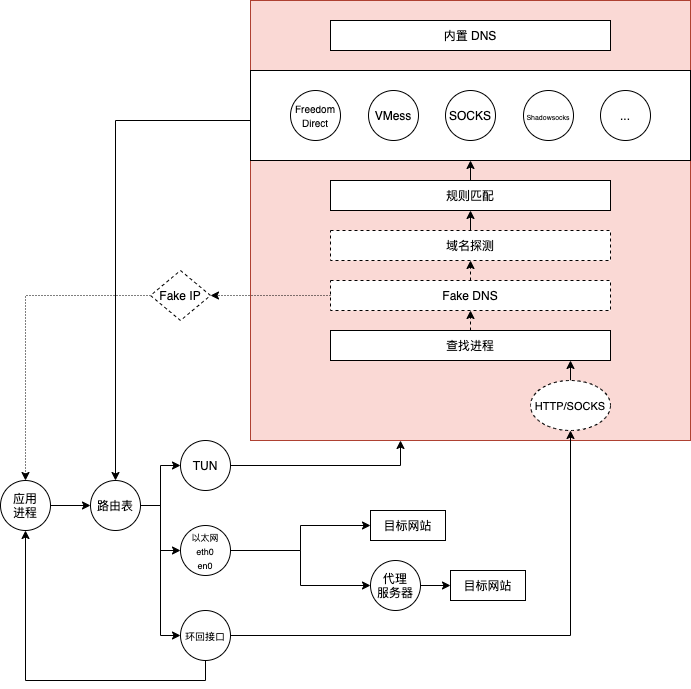
Before: .github/flow_zh.png, a diagram exported from draw.io (mellow-io/mellow). Source tidied: cells renumbered, new cells last; positions are measured from the earlier drawing's top-left corner, leaving out a move shared by most shapes. Source of this version:
```xml
<mxGraphModel>
  <root>
    <mxCell id="0" />
    <mxCell id="1" parent="0" />
    <mxCell id="2" style="edgeStyle=orthogonalEdgeStyle;rounded=0;jettySize=auto;html=1;" parent="1" edge="1" source="3" target="7">
      <mxGeometry relative="1" as="geometry" />
    </mxCell>
    <mxCell id="3" value="应用&lt;br&gt;进程" style="ellipse;whiteSpace=wrap;html=1;" parent="1" vertex="1">
      <mxGeometry y="480" width="50" height="50" as="geometry" />
    </mxCell>
    <mxCell id="4" style="edgeStyle=orthogonalEdgeStyle;rounded=0;jettySize=auto;html=1;" parent="1" edge="1" source="7" target="12">
      <mxGeometry relative="1" as="geometry" />
    </mxCell>
    <mxCell id="5" style="edgeStyle=orthogonalEdgeStyle;rounded=0;jettySize=auto;html=1;" parent="1" edge="1" source="7" target="10">
      <mxGeometry relative="1" as="geometry" />
    </mxCell>
    <mxCell id="6" style="edgeStyle=orthogonalEdgeStyle;rounded=0;jettySize=auto;html=1;entryX=0;entryY=0.5;entryDx=0;entryDy=0;" parent="1" edge="1" source="7" target="21">
      <mxGeometry relative="1" as="geometry" />
    </mxCell>
    <mxCell id="7" value="路由表" style="ellipse;whiteSpace=wrap;html=1;" parent="1" vertex="1">
      <mxGeometry x="90" y="480" width="50" height="50" as="geometry" />
    </mxCell>
    <mxCell id="8" style="edgeStyle=orthogonalEdgeStyle;rounded=0;jettySize=auto;html=1;entryX=0;entryY=0.5;entryDx=0;entryDy=0;" parent="1" edge="1" source="10" target="15">
      <mxGeometry relative="1" as="geometry" />
    </mxCell>
    <mxCell id="9" style="edgeStyle=orthogonalEdgeStyle;rounded=0;jettySize=auto;html=1;entryX=0;entryY=0.5;entryDx=0;entryDy=0;" parent="1" edge="1" source="10" target="14">
      <mxGeometry relative="1" as="geometry" />
    </mxCell>
    <mxCell id="10" value="&lt;font style=&quot;font-size: 9px&quot;&gt;以太网&lt;br&gt;eth0&lt;br&gt;en0&lt;/font&gt;" style="ellipse;whiteSpace=wrap;html=1;" parent="1" vertex="1">
      <mxGeometry x="180" y="525" width="50" height="50" as="geometry" />
    </mxCell>
    <mxCell id="11" style="edgeStyle=orthogonalEdgeStyle;rounded=0;jettySize=auto;html=1;" parent="1" edge="1" source="12" target="18">
      <mxGeometry relative="1" as="geometry">
        <Array as="points">
          <mxPoint x="400" y="465" />
        </Array>
      </mxGeometry>
    </mxCell>
    <mxCell id="12" value="TUN" style="ellipse;whiteSpace=wrap;html=1;" parent="1" vertex="1">
      <mxGeometry x="180" y="440" width="50" height="50" as="geometry" />
    </mxCell>
    <mxCell id="13" style="edgeStyle=orthogonalEdgeStyle;rounded=0;jettySize=auto;html=1;" parent="1" edge="1" source="14" target="16">
      <mxGeometry relative="1" as="geometry" />
    </mxCell>
    <mxCell id="14" value="代理&lt;br&gt;服务器" style="ellipse;whiteSpace=wrap;html=1;" parent="1" vertex="1">
      <mxGeometry x="370" y="560" width="50" height="50" as="geometry" />
    </mxCell>
    <mxCell id="15" value="目标网站" style="rounded=0;whiteSpace=wrap;html=1;" parent="1" vertex="1">
      <mxGeometry x="370" y="510" width="75" height="30" as="geometry" />
    </mxCell>
    <mxCell id="16" value="目标网站" style="rounded=0;whiteSpace=wrap;html=1;" parent="1" vertex="1">
      <mxGeometry x="450" y="570" width="75" height="30" as="geometry" />
    </mxCell>
    <mxCell id="17" style="edgeStyle=orthogonalEdgeStyle;rounded=0;jettySize=auto;html=1;" parent="1" edge="1" source="18" target="7">
      <mxGeometry relative="1" as="geometry">
        <Array as="points">
          <mxPoint x="115" y="120" />
        </Array>
      </mxGeometry>
    </mxCell>
    <mxCell id="18" style="whiteSpace=wrap;html=1;fillColor=#fad9d5;strokeColor=#ae4132;" parent="1" vertex="1">
      <mxGeometry x="250" width="440" height="440" as="geometry" />
    </mxCell>
    <mxCell id="19" style="edgeStyle=orthogonalEdgeStyle;rounded=0;jettySize=auto;html=1;entryX=0.5;entryY=1;entryDx=0;entryDy=0;" parent="1" edge="1" source="21" target="3">
      <mxGeometry relative="1" as="geometry">
        <Array as="points">
          <mxPoint x="205" y="680" />
          <mxPoint x="25" y="680" />
        </Array>
      </mxGeometry>
    </mxCell>
    <mxCell id="20" style="edgeStyle=orthogonalEdgeStyle;rounded=0;jettySize=auto;html=1;endArrow=classic;endFill=1;" parent="1" edge="1" source="21" target="40">
      <mxGeometry relative="1" as="geometry">
        <Array as="points">
          <mxPoint x="570" y="635" />
        </Array>
      </mxGeometry>
    </mxCell>
    <mxCell id="21" value="&lt;font style=&quot;font-size: 10px&quot;&gt;环回接口&lt;/font&gt;" style="ellipse;whiteSpace=wrap;html=1;" parent="1" vertex="1">
      <mxGeometry x="180" y="610" width="50" height="50" as="geometry" />
    </mxCell>
    <mxCell id="22" value="查找进程" style="rounded=0;whiteSpace=wrap;html=1;" parent="1" vertex="1">
      <mxGeometry x="330" y="330" width="280" height="30" as="geometry" />
    </mxCell>
    <mxCell id="23" style="edgeStyle=orthogonalEdgeStyle;rounded=0;jettySize=auto;html=1;entryX=1;entryY=0.5;entryDx=0;entryDy=0;dashed=1;dashPattern=1 2;" parent="1" edge="1" source="24" target="36">
      <mxGeometry relative="1" as="geometry" />
    </mxCell>
    <mxCell id="24" value="Fake DNS" style="rounded=0;whiteSpace=wrap;html=1;dashed=1;" parent="1" vertex="1">
      <mxGeometry x="330" y="280" width="280" height="30" as="geometry" />
    </mxCell>
    <mxCell id="25" value="域名探测" style="rounded=0;whiteSpace=wrap;html=1;dashed=1;" parent="1" vertex="1">
      <mxGeometry x="330" y="230" width="280" height="30" as="geometry" />
    </mxCell>
    <mxCell id="26" value="规则匹配" style="rounded=0;whiteSpace=wrap;html=1;" parent="1" vertex="1">
      <mxGeometry x="330" y="180" width="280" height="30" as="geometry" />
    </mxCell>
    <mxCell id="27" style="rounded=0;whiteSpace=wrap;html=1;" parent="1" vertex="1">
      <mxGeometry x="250" y="70" width="440" height="90" as="geometry" />
    </mxCell>
    <mxCell id="28" style="endArrow=classic;html=1;endFill=1;" parent="1" edge="1" source="25" target="26">
      <mxGeometry relative="1" as="geometry" />
    </mxCell>
    <mxCell id="29" style="endArrow=classic;html=1;endFill=1;" parent="1" edge="1" source="26" target="27">
      <mxGeometry relative="1" as="geometry" />
    </mxCell>
    <mxCell id="30" value="&lt;font style=&quot;font-size: 10px&quot;&gt;Freedom&lt;br&gt;Direct&lt;br&gt;&lt;/font&gt;" style="ellipse;whiteSpace=wrap;html=1;" parent="1" vertex="1">
      <mxGeometry x="290" y="90" width="50" height="50" as="geometry" />
    </mxCell>
    <mxCell id="31" value="SOCKS" style="ellipse;whiteSpace=wrap;html=1;" parent="1" vertex="1">
      <mxGeometry x="445" y="90" width="50" height="50" as="geometry" />
    </mxCell>
    <mxCell id="32" value="VMess" style="ellipse;whiteSpace=wrap;html=1;" parent="1" vertex="1">
      <mxGeometry x="368" y="90" width="50" height="50" as="geometry" />
    </mxCell>
    <mxCell id="33" style="endArrow=classic;html=1;exitX=0.5;exitY=0;exitDx=0;exitDy=0;endFill=1;dashed=1;" parent="1" edge="1" source="24" target="25">
      <mxGeometry relative="1" as="geometry" />
    </mxCell>
    <mxCell id="34" style="endArrow=classic;html=1;dashed=1;endFill=1;" parent="1" edge="1" source="22" target="24">
      <mxGeometry relative="1" as="geometry" />
    </mxCell>
    <mxCell id="35" style="edgeStyle=orthogonalEdgeStyle;rounded=0;jettySize=auto;html=1;entryX=0.5;entryY=0;entryDx=0;entryDy=0;dashed=1;endArrow=classic;endFill=1;dashPattern=1 2;" parent="1" edge="1" source="36" target="3">
      <mxGeometry relative="1" as="geometry" />
    </mxCell>
    <mxCell id="36" value="Fake IP" style="rhombus;whiteSpace=wrap;html=1;dashed=1;" parent="1" vertex="1">
      <mxGeometry x="150" y="270" width="60" height="50" as="geometry" />
    </mxCell>
    <mxCell id="37" value="&lt;font style=&quot;font-size: 7px&quot;&gt;Shadowsocks&lt;/font&gt;" style="ellipse;whiteSpace=wrap;html=1;" parent="1" vertex="1">
      <mxGeometry x="523" y="90" width="50" height="50" as="geometry" />
    </mxCell>
    <mxCell id="38" value="内置 DNS" style="rounded=0;whiteSpace=wrap;html=1;" parent="1" vertex="1">
      <mxGeometry x="330" y="20" width="280" height="30" as="geometry" />
    </mxCell>
    <mxCell id="39" style="edgeStyle=orthogonalEdgeStyle;rounded=0;jettySize=auto;html=1;endArrow=classic;endFill=1;" parent="1" edge="1" source="40" target="22">
      <mxGeometry relative="1" as="geometry">
        <Array as="points">
          <mxPoint x="570" y="380" />
          <mxPoint x="570" y="380" />
        </Array>
      </mxGeometry>
    </mxCell>
    <mxCell id="40" value="&lt;font style=&quot;font-size: 11px&quot;&gt;HTTP/SOCKS&lt;/font&gt;" style="ellipse;whiteSpace=wrap;html=1;dashed=1;" parent="1" vertex="1">
      <mxGeometry x="530" y="380" width="80" height="50" as="geometry" />
    </mxCell>
    <mxCell id="41" value="..." style="ellipse;whiteSpace=wrap;html=1;" parent="1" vertex="1">
      <mxGeometry x="600" y="90" width="50" height="50" as="geometry" />
    </mxCell>
  </root>
</mxGraphModel>
```
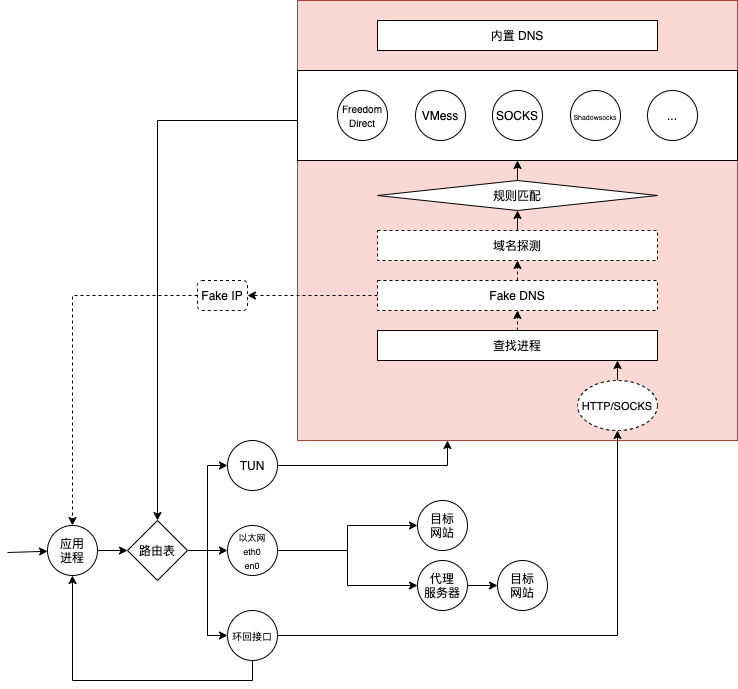
After the change.

Commit message:
Optimize flowchart

Diff of the diagram source:
```diff
@@ -5,22 +5,34 @@
     <mxCell id="2" style="edgeStyle=orthogonalEdgeStyle;rounded=0;jettySize=auto;html=1;" parent="1" edge="1" source="3" target="7">
       <mxGeometry relative="1" as="geometry" />
     </mxCell>
-    <mxCell id="3" value="应用&lt;br&gt;进程" style="ellipse;whiteSpace=wrap;html=1;" parent="1" vertex="1">
-      <mxGeometry y="480" width="50" height="50" as="geometry" />
+    <mxCell id="3" value="应用&lt;br&gt;进程" style="ellipse;whiteSpace=wrap;html=1;flipV=1;flipH=1;" parent="1" vertex="1">
+      <mxGeometry y="525" width="50" height="50" as="geometry" />
     </mxCell>
     <mxCell id="4" style="edgeStyle=orthogonalEdgeStyle;rounded=0;jettySize=auto;html=1;" parent="1" edge="1" source="7" target="12">
-      <mxGeometry relative="1" as="geometry" />
+      <mxGeometry relative="1" as="geometry">
+        <Array as="points">
+          <mxPoint x="160" y="550" />
+          <mxPoint x="160" y="465" />
+        </Array>
+      </mxGeometry>
     </mxCell>
     <mxCell id="5" style="edgeStyle=orthogonalEdgeStyle;rounded=0;jettySize=auto;html=1;" parent="1" edge="1" source="7" target="10">
-      <mxGeometry relative="1" as="geometry" />
+      <mxGeometry relative="1" as="geometry">
+        <Array as="points">
+          <mxPoint x="140" y="550" />
+          <mxPoint x="140" y="550" />
+        </Array>
+      </mxGeometry>
     </mxCell>
     <mxCell id="6" style="edgeStyle=orthogonalEdgeStyle;rounded=0;jettySize=auto;html=1;entryX=0;entryY=0.5;entryDx=0;entryDy=0;" parent="1" edge="1" source="7" target="21">
-      <mxGeometry relative="1" as="geometry" />
+      <mxGeometry relative="1" as="geometry">
+        <Array as="points">
+          <mxPoint x="160" y="550" />
+          <mxPoint x="160" y="635" />
+        </Array>
+      </mxGeometry>
     </mxCell>
-    <mxCell id="7" value="路由表" style="ellipse;whiteSpace=wrap;html=1;" parent="1" vertex="1">
-      <mxGeometry x="90" y="480" width="50" height="50" as="geometry" />
-    </mxCell>
-    <mxCell id="8" style="edgeStyle=orthogonalEdgeStyle;rounded=0;jettySize=auto;html=1;entryX=0;entryY=0.5;entryDx=0;entryDy=0;" parent="1" edge="1" source="10" target="15">
+    <mxCell id="8" style="edgeStyle=orthogonalEdgeStyle;rounded=0;jettySize=auto;html=1;" parent="1" edge="1" source="10" target="43">
       <mxGeometry relative="1" as="geometry" />
     </mxCell>
     <mxCell id="9" style="edgeStyle=orthogonalEdgeStyle;rounded=0;jettySize=auto;html=1;entryX=0;entryY=0.5;entryDx=0;entryDy=0;" parent="1" edge="1" source="10" target="14">
@@ -39,22 +51,16 @@
     <mxCell id="12" value="TUN" style="ellipse;whiteSpace=wrap;html=1;" parent="1" vertex="1">
       <mxGeometry x="180" y="440" width="50" height="50" as="geometry" />
     </mxCell>
-    <mxCell id="13" style="edgeStyle=orthogonalEdgeStyle;rounded=0;jettySize=auto;html=1;" parent="1" edge="1" source="14" target="16">
+    <mxCell id="13" style="edgeStyle=orthogonalEdgeStyle;rounded=0;jettySize=auto;html=1;" parent="1" edge="1" source="14" target="44">
       <mxGeometry relative="1" as="geometry" />
     </mxCell>
     <mxCell id="14" value="代理&lt;br&gt;服务器" style="ellipse;whiteSpace=wrap;html=1;" parent="1" vertex="1">
       <mxGeometry x="370" y="560" width="50" height="50" as="geometry" />
     </mxCell>
-    <mxCell id="15" value="目标网站" style="rounded=0;whiteSpace=wrap;html=1;" parent="1" vertex="1">
-      <mxGeometry x="370" y="510" width="75" height="30" as="geometry" />
-    </mxCell>
-    <mxCell id="16" value="目标网站" style="rounded=0;whiteSpace=wrap;html=1;" parent="1" vertex="1">
-      <mxGeometry x="450" y="570" width="75" height="30" as="geometry" />
-    </mxCell>
     <mxCell id="17" style="edgeStyle=orthogonalEdgeStyle;rounded=0;jettySize=auto;html=1;" parent="1" edge="1" source="18" target="7">
       <mxGeometry relative="1" as="geometry">
         <Array as="points">
-          <mxPoint x="115" y="120" />
+          <mxPoint x="110" y="120" />
         </Array>
       </mxGeometry>
     </mxCell>
@@ -82,7 +88,7 @@
     <mxCell id="22" value="查找进程" style="rounded=0;whiteSpace=wrap;html=1;" parent="1" vertex="1">
       <mxGeometry x="330" y="330" width="280" height="30" as="geometry" />
     </mxCell>
-    <mxCell id="23" style="edgeStyle=orthogonalEdgeStyle;rounded=0;jettySize=auto;html=1;entryX=1;entryY=0.5;entryDx=0;entryDy=0;dashed=1;dashPattern=1 2;" parent="1" edge="1" source="24" target="36">
+    <mxCell id="23" style="edgeStyle=orthogonalEdgeStyle;rounded=0;jettySize=auto;html=1;dashed=1;" parent="1" edge="1" source="24" target="36">
       <mxGeometry relative="1" as="geometry" />
     </mxCell>
     <mxCell id="24" value="Fake DNS" style="rounded=0;whiteSpace=wrap;html=1;dashed=1;" parent="1" vertex="1">
@@ -91,17 +97,16 @@
     <mxCell id="25" value="域名探测" style="rounded=0;whiteSpace=wrap;html=1;dashed=1;" parent="1" vertex="1">
       <mxGeometry x="330" y="230" width="280" height="30" as="geometry" />
     </mxCell>
-    <mxCell id="26" value="规则匹配" style="rounded=0;whiteSpace=wrap;html=1;" parent="1" vertex="1">
-      <mxGeometry x="330" y="180" width="280" height="30" as="geometry" />
-    </mxCell>
     <mxCell id="27" style="rounded=0;whiteSpace=wrap;html=1;" parent="1" vertex="1">
       <mxGeometry x="250" y="70" width="440" height="90" as="geometry" />
     </mxCell>
     <mxCell id="28" style="endArrow=classic;html=1;endFill=1;" parent="1" edge="1" source="25" target="26">
       <mxGeometry relative="1" as="geometry" />
     </mxCell>
-    <mxCell id="29" style="endArrow=classic;html=1;endFill=1;" parent="1" edge="1" source="26" target="27">
-      <mxGeometry relative="1" as="geometry" />
+    <mxCell id="29" style="endArrow=classic;html=1;endFill=1;" parent="1" edge="1" source="26">
+      <mxGeometry relative="1" as="geometry">
+        <mxPoint x="470" y="160" as="targetPoint" />
+      </mxGeometry>
     </mxCell>
     <mxCell id="30" value="&lt;font style=&quot;font-size: 10px&quot;&gt;Freedom&lt;br&gt;Direct&lt;br&gt;&lt;/font&gt;" style="ellipse;whiteSpace=wrap;html=1;" parent="1" vertex="1">
       <mxGeometry x="290" y="90" width="50" height="50" as="geometry" />
@@ -118,12 +123,9 @@
     <mxCell id="34" style="endArrow=classic;html=1;dashed=1;endFill=1;" parent="1" edge="1" source="22" target="24">
       <mxGeometry relative="1" as="geometry" />
     </mxCell>
-    <mxCell id="35" style="edgeStyle=orthogonalEdgeStyle;rounded=0;jettySize=auto;html=1;entryX=0.5;entryY=0;entryDx=0;entryDy=0;dashed=1;endArrow=classic;endFill=1;dashPattern=1 2;" parent="1" edge="1" source="36" target="3">
+    <mxCell id="35" style="edgeStyle=orthogonalEdgeStyle;rounded=0;jettySize=auto;html=1;entryX=0.5;entryY=0;entryDx=0;entryDy=0;dashed=1;endArrow=classic;endFill=1;" parent="1" edge="1" source="36" target="3">
       <mxGeometry relative="1" as="geometry" />
     </mxCell>
-    <mxCell id="36" value="Fake IP" style="rhombus;whiteSpace=wrap;html=1;dashed=1;" parent="1" vertex="1">
-      <mxGeometry x="150" y="270" width="60" height="50" as="geometry" />
-    </mxCell>
     <mxCell id="37" value="&lt;font style=&quot;font-size: 7px&quot;&gt;Shadowsocks&lt;/font&gt;" style="ellipse;whiteSpace=wrap;html=1;" parent="1" vertex="1">
       <mxGeometry x="523" y="90" width="50" height="50" as="geometry" />
     </mxCell>
@@ -144,5 +146,25 @@
     <mxCell id="41" value="..." style="ellipse;whiteSpace=wrap;html=1;" parent="1" vertex="1">
       <mxGeometry x="600" y="90" width="50" height="50" as="geometry" />
     </mxCell>
+    <mxCell id="36" value="Fake IP" style="rounded=1;whiteSpace=wrap;html=1;dashed=1;" parent="1" vertex="1">
+      <mxGeometry x="150" y="280" width="50" height="30" as="geometry" />
+    </mxCell>
+    <mxCell id="7" value="路由表" style="rhombus;whiteSpace=wrap;html=1;rounded=0;flipV=1;flipH=1;" parent="1" vertex="1">
+      <mxGeometry x="80" y="520" width="60" height="60" as="geometry" />
+    </mxCell>
+    <mxCell id="42" style="endArrow=classic;html=1;endFill=1;" parent="1" edge="1" target="3">
+      <mxGeometry relative="1" as="geometry">
+        <mxPoint x="-40" y="552" as="sourcePoint" />
+      </mxGeometry>
+    </mxCell>
+    <mxCell id="43" value="目标&lt;br&gt;网站" style="ellipse;whiteSpace=wrap;html=1;" parent="1" vertex="1">
+      <mxGeometry x="370" y="500" width="50" height="50" as="geometry" />
+    </mxCell>
+    <mxCell id="44" value="目标&lt;br&gt;网站" style="ellipse;whiteSpace=wrap;html=1;" parent="1" vertex="1">
+      <mxGeometry x="450" y="560" width="50" height="50" as="geometry" />
+    </mxCell>
+    <mxCell id="26" value="规则匹配" style="rhombus;whiteSpace=wrap;html=1;rounded=0;" parent="1" vertex="1">
+      <mxGeometry x="330" y="180" width="280" height="30" as="geometry" />
+    </mxCell>
   </root>
 </mxGraphModel>
```
